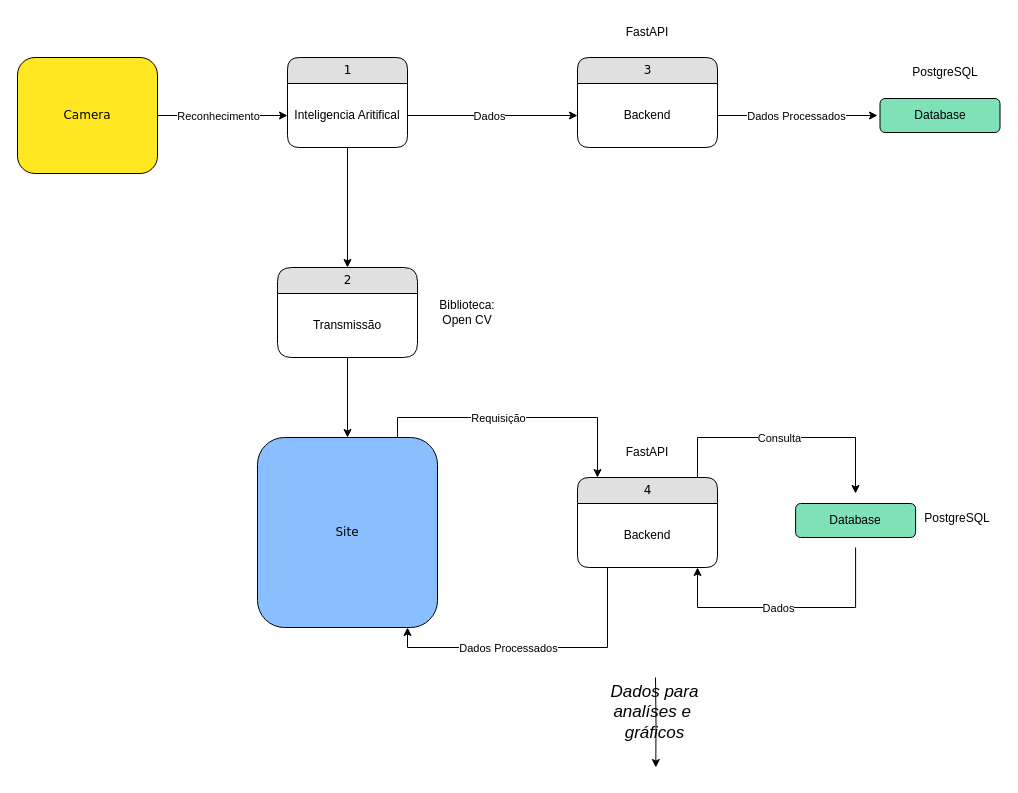
MdevSs/infra-urban-flow keeps this draw.io diagram as Fluxo de Dados - Urban Flow.drawio. Above is the earlier version. Source tidied: cells renumbered, new cells numbered last; positions are measured from the earlier drawing's top-left corner, leaving out a move shared by most shapes. Both pictures are drawn from the tidied source at 100%, with x=0, y=0 at pixel (17, 17).
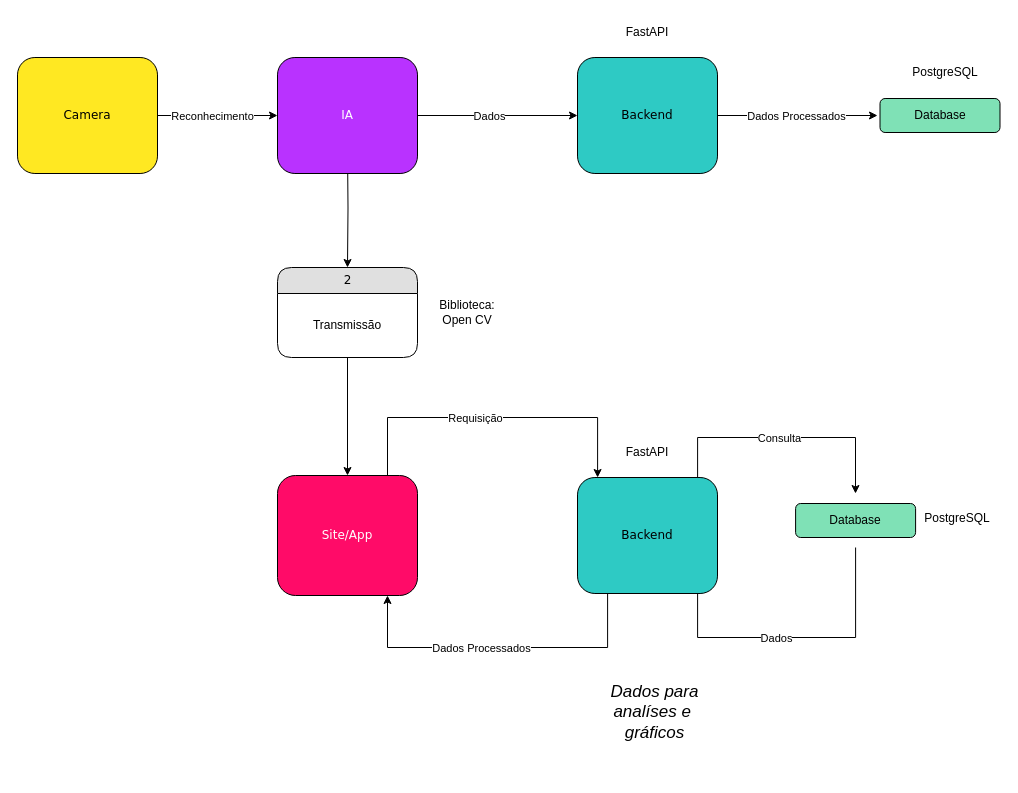
The same diagram, later.

Commit message:
Fast Changes - Visual

The change refers to these unchanged cells:
```xml
<mxCell id="4" value="Camera" style="whiteSpace=wrap;html=1;rounded=1;shadow=0;comic=0;labelBackgroundColor=none;strokeWidth=1;fontFamily=Verdana;fontSize=12;align=center;fillColor=#FFE822;strokeColor=default;" parent="1" vertex="1">
  <mxGeometry y="40" width="140" height="116" as="geometry" />
</mxCell>
<mxCell id="15" value="2" style="swimlane;html=1;fontStyle=0;horizontal=1;startSize=26;fillColor=#e0e0e0;swimlaneFillColor=#ffffff;align=center;rounded=1;shadow=0;comic=0;labelBackgroundColor=none;strokeWidth=1;fontFamily=Verdana;fontSize=12;arcSize=18;" parent="1" vertex="1">
  <mxGeometry x="260" y="250" width="140" height="90" as="geometry" />
</mxCell>
<mxCell id="34" value="Database" style="rounded=1;whiteSpace=wrap;html=1;fillColor=#7FE1B6;perimeterSpacing=10;" parent="1" vertex="1">
  <mxGeometry x="778.1" y="486" width="120" height="34" as="geometry" />
</mxCell>
```

The edit, as a diff of the source:
```diff
@@
-    <mxCell id="2" style="edgeStyle=orthogonalEdgeStyle;rounded=0;jettySize=auto;html=1;entryX=0;entryY=0.5;entryDx=0;entryDy=0;" parent="1" edge="1" source="4" target="7">
+    <mxCell id="2" style="edgeStyle=orthogonalEdgeStyle;rounded=0;jettySize=auto;html=1;entryX=0;entryY=0.5;entryDx=0;entryDy=0;" parent="1" edge="1" source="4" target="37">
       <mxGeometry relative="1" as="geometry" />
     </mxCell>
@@
-    <mxCell id="5" style="edgeStyle=orthogonalEdgeStyle;rounded=0;jettySize=auto;html=1;entryX=0.5;entryY=0;entryDx=0;entryDy=0;" parent="1" edge="1" source="6" target="15">
-      <mxGeometry relative="1" as="geometry" />
+    <mxCell id="5" style="edgeStyle=orthogonalEdgeStyle;rounded=0;jettySize=auto;html=1;entryX=0.5;entryY=0;entryDx=0;entryDy=0;" parent="1" edge="1" target="15">
+      <mxGeometry relative="1" as="geometry">
+        <mxPoint x="330" y="130" as="sourcePoint" />
+      </mxGeometry>
     </mxCell>
-    <mxCell id="6" value="1" style="swimlane;html=1;fontStyle=0;horizontal=1;startSize=26;fillColor=#e0e0e0;swimlaneFillColor=#ffffff;align=center;rounded=1;shadow=0;comic=0;labelBackgroundColor=none;strokeWidth=1;fontFamily=Verdana;fontSize=12;verticalAlign=middle;" parent="1" vertex="1">
-      <mxGeometry x="270" y="40" width="120" height="90" as="geometry" />
-    </mxCell>
-    <mxCell id="7" value="Inteligencia Aritifical" style="text;html=1;strokeColor=none;fillColor=none;spacingLeft=4;spacingRight=4;whiteSpace=wrap;overflow=hidden;points=[[0,0.5],[1,0.5]];portConstraint=eastwest;align=center;rounded=1;verticalAlign=middle;" parent="6" vertex="1">
-      <mxGeometry y="26" width="120" height="64" as="geometry" />
-    </mxCell>
-    <mxCell id="8" value="3" style="swimlane;html=1;fontStyle=0;horizontal=1;startSize=26;fillColor=#e0e0e0;swimlaneFillColor=#ffffff;align=center;rounded=1;shadow=0;comic=0;labelBackgroundColor=none;strokeWidth=1;fontFamily=Verdana;fontSize=12;" parent="1" vertex="1">
-      <mxGeometry x="560" y="40" width="140" height="90" as="geometry" />
-    </mxCell>
-    <mxCell id="9" value="Backend" style="text;html=1;strokeColor=none;fillColor=none;spacingLeft=4;spacingRight=4;whiteSpace=wrap;overflow=hidden;points=[[0,0.5],[1,0.5]];portConstraint=eastwest;align=center;rounded=1;verticalAlign=middle;" parent="8" vertex="1">
-      <mxGeometry y="26" width="140" height="64" as="geometry" />
-    </mxCell>
-    <mxCell id="10" style="edgeStyle=orthogonalEdgeStyle;rounded=0;jettySize=auto;html=1;" parent="1" edge="1" source="7" target="9">
-      <mxGeometry relative="1" as="geometry" />
+    <mxCell id="10" style="edgeStyle=orthogonalEdgeStyle;rounded=0;orthogonalLoop=1;jettySize=auto;html=1;" parent="1" edge="1">
+      <mxGeometry relative="1" as="geometry">
+        <mxPoint x="390" y="98" as="sourcePoint" />
+        <mxPoint x="560" y="98" as="targetPoint" />
+      </mxGeometry>
     </mxCell>
@@
-    <mxCell id="12" style="edgeStyle=orthogonalEdgeStyle;rounded=0;jettySize=auto;html=1;exitX=1;exitY=0.5;exitDx=0;exitDy=0;entryX=0;entryY=0.5;entryDx=0;entryDy=0;" parent="1" edge="1" source="9">
+    <mxCell id="12" style="edgeStyle=orthogonalEdgeStyle;rounded=0;orthogonalLoop=1;jettySize=auto;html=1;exitX=1;exitY=0.5;exitDx=0;exitDy=0;entryX=0;entryY=0.5;entryDx=0;entryDy=0;" parent="1" edge="1">
       <mxGeometry relative="1" as="geometry">
+        <mxPoint x="700" y="98" as="sourcePoint" />
         <mxPoint x="860" y="98" as="targetPoint" />
       </mxGeometry>
     </mxCell>
@@
-    <mxCell id="18" style="edgeStyle=orthogonalEdgeStyle;rounded=0;jettySize=auto;html=1;" parent="1" edge="1" source="20" target="28">
+    <mxCell id="18" style="edgeStyle=orthogonalEdgeStyle;rounded=0;jettySize=auto;html=1;" parent="1" edge="1" source="20">
       <mxGeometry relative="1" as="geometry">
+        <mxPoint x="580.1" y="460" as="targetPoint" />
         <Array as="points">
-          <mxPoint x="380" y="400" />
+          <mxPoint x="370" y="400" />
           <mxPoint x="580" y="400" />
         </Array>
       </mxGeometry>
     </mxCell>
@@
-    <mxCell id="20" value="Site" style="whiteSpace=wrap;html=1;rounded=1;shadow=0;comic=0;labelBackgroundColor=none;strokeWidth=1;fontFamily=Verdana;fontSize=12;align=center;fillColor=#8ABFFF;strokeColor=default;" parent="1" vertex="1">
-      <mxGeometry x="240" y="420" width="180" height="190" as="geometry" />
+    <mxCell id="20" value="Site/App" style="whiteSpace=wrap;html=1;rounded=1;shadow=0;comic=0;labelBackgroundColor=none;strokeWidth=1;fontFamily=Verdana;fontSize=12;align=center;fillColor=#FF0B68;strokeColor=default;fontColor=#FFFFFF;" parent="1" vertex="1">
+      <mxGeometry x="260" y="458" width="140" height="120" as="geometry" />
     </mxCell>
@@
-    <mxCell id="23" style="edgeStyle=orthogonalEdgeStyle;rounded=0;jettySize=auto;html=1;" parent="1" edge="1" source="34" target="28">
+    <mxCell id="23" style="edgeStyle=orthogonalEdgeStyle;rounded=0;jettySize=auto;html=1;" parent="1" edge="1" source="34">
       <mxGeometry relative="1" as="geometry">
+        <mxPoint x="680.1" y="550" as="targetPoint" />
         <Array as="points">
-          <mxPoint x="838" y="590" />
-          <mxPoint x="680" y="590" />
+          <mxPoint x="838" y="620" />
+          <mxPoint x="680" y="620" />
         </Array>
       </mxGeometry>
     </mxCell>
@@
-    <mxCell id="26" style="edgeStyle=orthogonalEdgeStyle;rounded=0;jettySize=auto;html=1;" parent="1" edge="1" source="28" target="20">
+    <mxCell id="26" style="edgeStyle=orthogonalEdgeStyle;rounded=0;jettySize=auto;html=1;" parent="1" edge="1" target="20">
       <mxGeometry relative="1" as="geometry">
+        <mxPoint x="590.1" y="550" as="sourcePoint" />
         <Array as="points">
           <mxPoint x="590" y="630" />
-          <mxPoint x="390" y="630" />
+          <mxPoint x="370" y="630" />
         </Array>
       </mxGeometry>
     </mxCell>
@@
-    <mxCell id="28" value="4" style="swimlane;html=1;fontStyle=0;horizontal=1;startSize=26;fillColor=#e0e0e0;swimlaneFillColor=#ffffff;align=center;rounded=1;shadow=0;comic=0;labelBackgroundColor=none;strokeWidth=1;fontFamily=Verdana;fontSize=12;" parent="1" vertex="1">
-      <mxGeometry x="560" y="460" width="140" height="90" as="geometry" />
-    </mxCell>
-    <mxCell id="29" value="Backend" style="text;html=1;strokeColor=none;fillColor=none;spacingLeft=4;spacingRight=4;whiteSpace=wrap;overflow=hidden;align=center;rounded=1;verticalAlign=middle;" parent="28" vertex="1">
-      <mxGeometry y="26" width="140" height="64" as="geometry" />
-    </mxCell>
-    <mxCell id="30" style="edgeStyle=orthogonalEdgeStyle;rounded=0;jettySize=auto;html=1;" parent="1" edge="1" source="28" target="34">
+    <mxCell id="30" style="edgeStyle=orthogonalEdgeStyle;rounded=0;jettySize=auto;html=1;" parent="1" edge="1" target="34">
       <mxGeometry relative="1" as="geometry">
+        <mxPoint x="680.1" y="460" as="sourcePoint" />
         <Array as="points">
           <mxPoint x="680" y="420" />
           <mxPoint x="838" y="420" />
         </Array>
       </mxGeometry>
     </mxCell>
@@
-    <mxCell id="35" style="edgeStyle=orthogonalEdgeStyle;rounded=0;orthogonalLoop=1;jettySize=auto;html=1;exitX=0.5;exitY=0;exitDx=0;exitDy=0;" parent="1" edge="1">
-      <mxGeometry relative="1" as="geometry">
-        <mxPoint x="638" y="660" as="sourcePoint" />
-        <mxPoint x="638.3" y="750" as="targetPoint" />
-      </mxGeometry>
-    </mxCell>
@@
+    <mxCell id="37" value="IA" style="whiteSpace=wrap;html=1;rounded=1;shadow=0;comic=0;labelBackgroundColor=none;strokeWidth=1;fontFamily=Verdana;fontSize=12;align=center;fillColor=#B932FF;strokeColor=#000000;fontColor=#FFFFFF;fontStyle=0;" parent="1" vertex="1">
+      <mxGeometry x="260" y="40" width="140" height="116" as="geometry" />
+    </mxCell>
+    <mxCell id="38" value="Backend" style="whiteSpace=wrap;html=1;rounded=1;shadow=0;comic=0;labelBackgroundColor=none;strokeWidth=1;fontFamily=Verdana;fontSize=12;align=center;fillColor=light-dark(#2ECAC4,#EB77FF);strokeColor=#000000;fontColor=#000000;fontStyle=0;fillStyle=solid;" parent="1" vertex="1">
+      <mxGeometry x="560" y="40" width="140" height="116" as="geometry" />
+    </mxCell>
+    <mxCell id="39" value="Backend" style="whiteSpace=wrap;html=1;rounded=1;shadow=0;comic=0;labelBackgroundColor=none;strokeWidth=1;fontFamily=Verdana;fontSize=12;align=center;fillColor=light-dark(#2ECAC4,#EB77FF);strokeColor=#000000;fontColor=#000000;fontStyle=0;fillStyle=solid;" parent="1" vertex="1">
+      <mxGeometry x="560" y="460" width="140" height="116" as="geometry" />
+    </mxCell>
```
